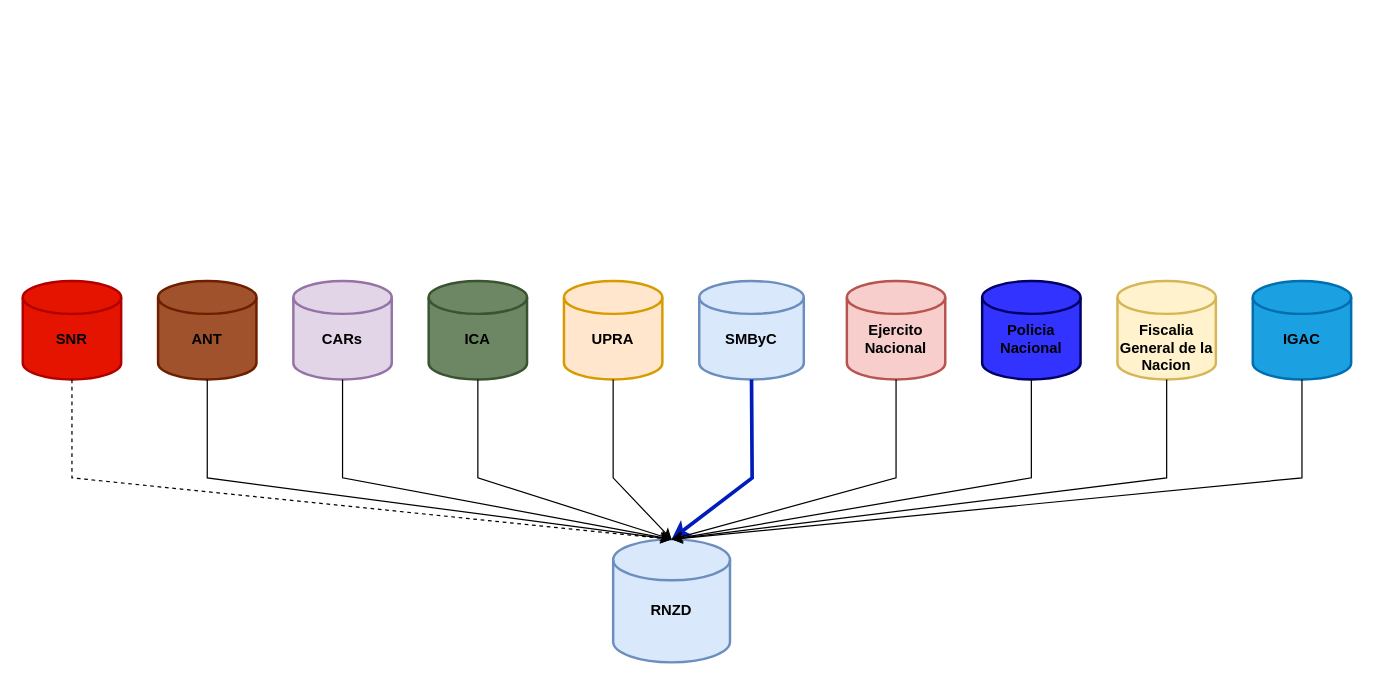
Earlier version of the draw.io diagram page "Fuentes-Informacion-RNZD" (1 of 2) of Data-flow.drawio (jcmartinmu/bayes_cluster). Source tidied: cells renumbered, new cells numbered last; positions are measured from the earlier drawing's top-left corner, leaving out a move shared by most shapes. Both pictures are drawn from the tidied source at 123%, with x=0, y=0 at pixel (22, 280).
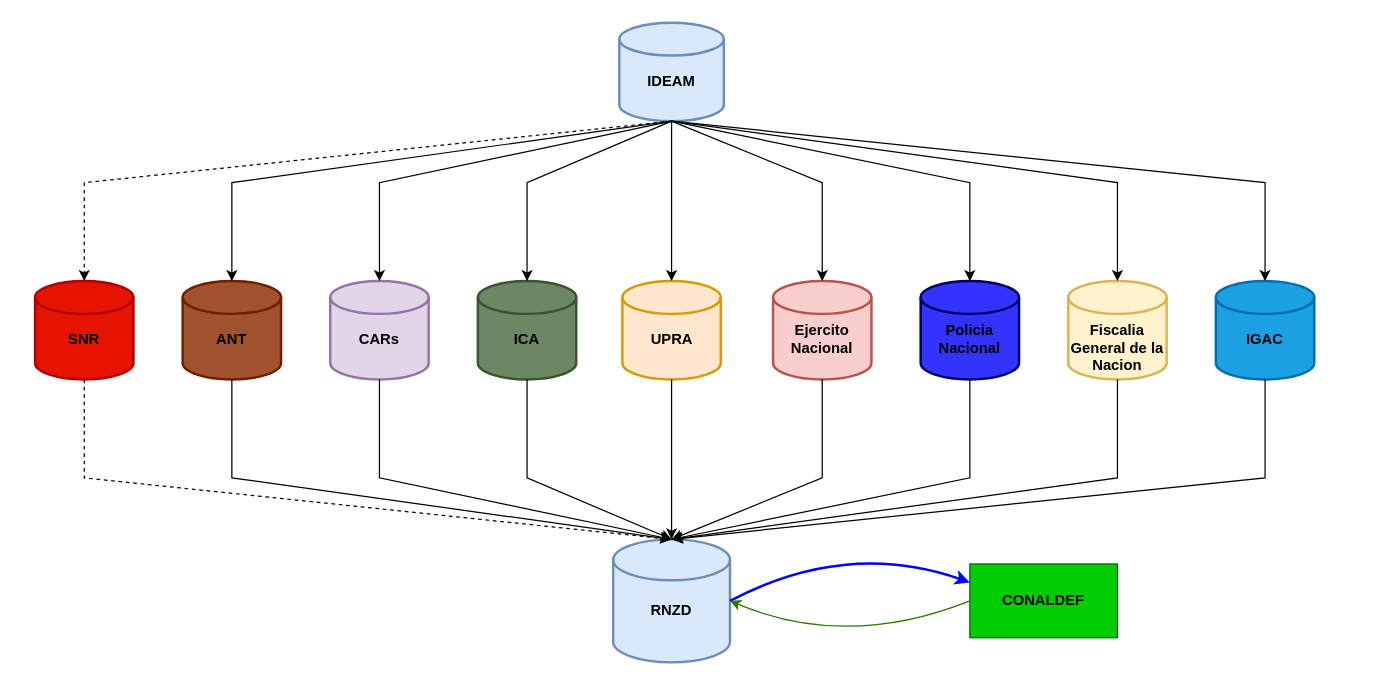
The same diagram, later.

Unchanged cells that the change refers to:
```xml
<mxCell id="2" value="&lt;b&gt;&lt;br&gt;RNZD&lt;/b&gt;" style="strokeWidth=2;html=1;shape=mxgraph.flowchart.database;whiteSpace=wrap;fillColor=#dae8fc;strokeColor=#6c8ebf;" parent="1" vertex="1">
  <mxGeometry x="480" y="210" width="95" height="100" as="geometry" />
</mxCell>
```

Change to the diagram source:
```diff
@@
-    <mxCell id="3" value="&lt;b&gt;&lt;br&gt;SMByC&lt;/b&gt;" style="strokeWidth=2;html=1;shape=mxgraph.flowchart.database;whiteSpace=wrap;fillColor=#dae8fc;strokeColor=#6c8ebf;" parent="1" vertex="1">
-      <mxGeometry x="550" width="85" height="80" as="geometry" />
+    <mxCell id="3" value="&lt;br&gt;&lt;b&gt;IDEAM&lt;/b&gt;" style="strokeWidth=2;html=1;shape=mxgraph.flowchart.database;whiteSpace=wrap;fillColor=#dae8fc;strokeColor=#6c8ebf;" parent="1" vertex="1">
+      <mxGeometry x="485" y="-210" width="85" height="80" as="geometry" />
     </mxCell>
     <mxCell id="4" value="&lt;b&gt;&lt;font color=&quot;#000000&quot;&gt;&lt;br&gt;ANT&lt;/font&gt;&lt;/b&gt;" style="strokeWidth=2;html=1;shape=mxgraph.flowchart.database;whiteSpace=wrap;fillColor=#a0522d;fontColor=#ffffff;strokeColor=#6D1F00;" parent="1" vertex="1">
-      <mxGeometry x="110" width="80" height="80" as="geometry" />
+      <mxGeometry x="130" width="80" height="80" as="geometry" />
     </mxCell>
     <mxCell id="5" value="&lt;b&gt;&lt;br&gt;CARs&lt;/b&gt;" style="strokeWidth=2;html=1;shape=mxgraph.flowchart.database;whiteSpace=wrap;fillColor=#e1d5e7;strokeColor=#9673a6;" parent="1" vertex="1">
-      <mxGeometry x="220" width="80" height="80" as="geometry" />
+      <mxGeometry x="250" width="80" height="80" as="geometry" />
     </mxCell>
     <mxCell id="6" value="&lt;b&gt;&lt;font color=&quot;#000000&quot;&gt;&lt;br&gt;ICA&lt;/font&gt;&lt;/b&gt;" style="strokeWidth=2;html=1;shape=mxgraph.flowchart.database;whiteSpace=wrap;fillColor=#6d8764;fontColor=#ffffff;strokeColor=#3A5431;" parent="1" vertex="1">
-      <mxGeometry x="330" width="80" height="80" as="geometry" />
+      <mxGeometry x="370" width="80" height="80" as="geometry" />
     </mxCell>
     <mxCell id="7" value="&lt;b&gt;&lt;br&gt;UPRA&lt;/b&gt;" style="strokeWidth=2;html=1;shape=mxgraph.flowchart.database;whiteSpace=wrap;fillColor=#ffe6cc;strokeColor=#d79b00;" parent="1" vertex="1">
-      <mxGeometry x="440" width="80" height="80" as="geometry" />
+      <mxGeometry x="487.5" width="80" height="80" as="geometry" />
     </mxCell>
     <mxCell id="8" value="&lt;b&gt;&lt;br&gt;Ejercito Nacional&lt;/b&gt;" style="strokeWidth=2;html=1;shape=mxgraph.flowchart.database;whiteSpace=wrap;fillColor=#f8cecc;strokeColor=#b85450;" parent="1" vertex="1">
-      <mxGeometry x="670" width="80" height="80" as="geometry" />
+      <mxGeometry x="610" width="80" height="80" as="geometry" />
     </mxCell>
     <mxCell id="9" value="&lt;b&gt;&lt;font color=&quot;#000000&quot;&gt;&lt;br&gt;Policia Nacional&lt;/font&gt;&lt;/b&gt;" style="strokeWidth=2;html=1;shape=mxgraph.flowchart.database;whiteSpace=wrap;fillColor=#3333FF;strokeColor=#000066;fontColor=#ffffff;" parent="1" vertex="1">
-      <mxGeometry x="780" width="80" height="80" as="geometry" />
+      <mxGeometry x="730" width="80" height="80" as="geometry" />
     </mxCell>
     <mxCell id="10" value="&lt;b&gt;&lt;br&gt;&lt;br&gt;Fiscalia General de la Nacion&lt;/b&gt;" style="strokeWidth=2;html=1;shape=mxgraph.flowchart.database;whiteSpace=wrap;fillColor=#fff2cc;strokeColor=#d6b656;" parent="1" vertex="1">
-      <mxGeometry x="890" width="80" height="80" as="geometry" />
+      <mxGeometry x="850" width="80" height="80" as="geometry" />
     </mxCell>
     <mxCell id="11" value="&lt;b&gt;&lt;font color=&quot;#000000&quot;&gt;&lt;br&gt;IGAC&lt;/font&gt;&lt;/b&gt;" style="strokeWidth=2;html=1;shape=mxgraph.flowchart.database;whiteSpace=wrap;fillColor=#1ba1e2;fontColor=#ffffff;strokeColor=#006EAF;" parent="1" vertex="1">
-      <mxGeometry x="1000" width="80" height="80" as="geometry" />
+      <mxGeometry x="970" width="80" height="80" as="geometry" />
     </mxCell>
-    <mxCell id="12" style="endArrow=classic;html=1;rounded=0;exitX=0.5;exitY=1;exitDx=0;exitDy=0;exitPerimeter=0;entryX=0.5;entryY=0;entryDx=0;entryDy=0;entryPerimeter=0;strokeWidth=3;fillColor=#0050ef;strokeColor=#001DBC;" parent="1" edge="1" source="3" target="2">
-      <mxGeometry relative="1" as="geometry">
-        <Array as="points">
-          <mxPoint x="593" y="160" />
-        </Array>
-      </mxGeometry>
-    </mxCell>
     <mxCell id="13" style="endArrow=classic;html=1;rounded=0;exitX=0.5;exitY=1;exitDx=0;exitDy=0;exitPerimeter=0;entryX=0.5;entryY=0;entryDx=0;entryDy=0;entryPerimeter=0;" parent="1" edge="1" source="7" target="2">
-      <mxGeometry relative="1" as="geometry">
-        <Array as="points">
-          <mxPoint x="480" y="160" />
-        </Array>
-      </mxGeometry>
+      <mxGeometry relative="1" as="geometry" />
     </mxCell>
     <mxCell id="14" style="endArrow=classic;html=1;rounded=0;exitX=0.5;exitY=1;exitDx=0;exitDy=0;exitPerimeter=0;entryX=0.5;entryY=0;entryDx=0;entryDy=0;entryPerimeter=0;" parent="1" edge="1" source="6" target="2">
       <mxGeometry relative="1" as="geometry">
         <Array as="points">
-          <mxPoint x="370" y="160" />
+          <mxPoint x="410" y="160" />
         </Array>
       </mxGeometry>
     </mxCell>
     <mxCell id="15" style="endArrow=classic;html=1;rounded=0;exitX=0.5;exitY=1;exitDx=0;exitDy=0;exitPerimeter=0;entryX=0.5;entryY=0;entryDx=0;entryDy=0;entryPerimeter=0;" parent="1" edge="1" source="5" target="2">
       <mxGeometry relative="1" as="geometry">
         <Array as="points">
-          <mxPoint x="260" y="160" />
+          <mxPoint x="290" y="160" />
         </Array>
       </mxGeometry>
     </mxCell>
     <mxCell id="16" style="endArrow=classic;html=1;rounded=0;exitX=0.5;exitY=1;exitDx=0;exitDy=0;exitPerimeter=0;entryX=0.5;entryY=0;entryDx=0;entryDy=0;entryPerimeter=0;" parent="1" edge="1" source="4" target="2">
       <mxGeometry relative="1" as="geometry">
         <Array as="points">
-          <mxPoint x="150" y="160" />
+          <mxPoint x="170" y="160" />
         </Array>
       </mxGeometry>
     </mxCell>
     <mxCell id="17" style="endArrow=classic;html=1;rounded=0;exitX=0.5;exitY=1;exitDx=0;exitDy=0;exitPerimeter=0;entryX=0.5;entryY=0;entryDx=0;entryDy=0;entryPerimeter=0;" parent="1" edge="1" source="8" target="2">
       <mxGeometry relative="1" as="geometry">
         <Array as="points">
-          <mxPoint x="710" y="160" />
+          <mxPoint x="650" y="160" />
         </Array>
       </mxGeometry>
     </mxCell>
     <mxCell id="18" style="endArrow=classic;html=1;rounded=0;exitX=0.5;exitY=1;exitDx=0;exitDy=0;exitPerimeter=0;entryX=0.5;entryY=0;entryDx=0;entryDy=0;entryPerimeter=0;" parent="1" edge="1" source="9" target="2">
       <mxGeometry relative="1" as="geometry">
         <Array as="points">
-          <mxPoint x="820" y="160" />
+          <mxPoint x="770" y="160" />
         </Array>
       </mxGeometry>
     </mxCell>
     <mxCell id="19" style="endArrow=classic;html=1;rounded=0;exitX=0.5;exitY=1;exitDx=0;exitDy=0;exitPerimeter=0;entryX=0.5;entryY=0;entryDx=0;entryDy=0;entryPerimeter=0;" parent="1" edge="1" source="10" target="2">
       <mxGeometry relative="1" as="geometry">
         <Array as="points">
-          <mxPoint x="930" y="160" />
+          <mxPoint x="890" y="160" />
         </Array>
       </mxGeometry>
     </mxCell>
     <mxCell id="20" style="endArrow=classic;html=1;rounded=0;exitX=0.5;exitY=1;exitDx=0;exitDy=0;exitPerimeter=0;entryX=0.5;entryY=0;entryDx=0;entryDy=0;entryPerimeter=0;" parent="1" edge="1" source="11" target="2">
       <mxGeometry relative="1" as="geometry">
         <Array as="points">
-          <mxPoint x="1040" y="160" />
+          <mxPoint x="1010" y="160" />
         </Array>
       </mxGeometry>
     </mxCell>
     <mxCell id="21" value="&lt;br&gt;&lt;b&gt;&lt;font color=&quot;#000000&quot;&gt;SNR&lt;/font&gt;&lt;/b&gt;" style="strokeWidth=2;html=1;shape=mxgraph.flowchart.database;whiteSpace=wrap;fillColor=#e51400;fontColor=#ffffff;strokeColor=#B20000;" parent="1" vertex="1">
-      <mxGeometry width="80" height="80" as="geometry" />
+      <mxGeometry x="10" width="80" height="80" as="geometry" />
     </mxCell>
     <mxCell id="22" style="endArrow=classic;html=1;rounded=0;exitX=0.5;exitY=1;exitDx=0;exitDy=0;exitPerimeter=0;dashed=1;entryX=0.5;entryY=0;entryDx=0;entryDy=0;entryPerimeter=0;" parent="1" edge="1" source="21" target="2">
       <mxGeometry relative="1" as="geometry">
         <Array as="points">
-          <mxPoint x="40" y="160" />
+          <mxPoint x="50" y="160" />
         </Array>
       </mxGeometry>
     </mxCell>
+    <mxCell id="23" style="endArrow=classic;html=1;rounded=0;exitX=0.5;exitY=1;exitDx=0;exitDy=0;exitPerimeter=0;entryX=0.5;entryY=0;entryDx=0;entryDy=0;entryPerimeter=0;" parent="1" edge="1" source="3" target="7">
+      <mxGeometry relative="1" as="geometry" />
+    </mxCell>
+    <mxCell id="24" style="endArrow=classic;html=1;rounded=0;entryX=0.5;entryY=0;entryDx=0;entryDy=0;entryPerimeter=0;exitX=0.5;exitY=1;exitDx=0;exitDy=0;exitPerimeter=0;" parent="1" edge="1" source="3" target="8">
+      <mxGeometry relative="1" as="geometry">
+        <Array as="points">
+          <mxPoint x="650" y="-80" />
+        </Array>
+      </mxGeometry>
+    </mxCell>
+    <mxCell id="25" style="endArrow=classic;html=1;rounded=0;exitX=0.5;exitY=1;exitDx=0;exitDy=0;exitPerimeter=0;entryX=0.5;entryY=0;entryDx=0;entryDy=0;entryPerimeter=0;" parent="1" edge="1" source="3" target="9">
+      <mxGeometry relative="1" as="geometry">
+        <Array as="points">
+          <mxPoint x="770" y="-80" />
+        </Array>
+      </mxGeometry>
+    </mxCell>
+    <mxCell id="26" style="endArrow=classic;html=1;rounded=0;exitX=0.5;exitY=1;exitDx=0;exitDy=0;exitPerimeter=0;entryX=0.5;entryY=0;entryDx=0;entryDy=0;entryPerimeter=0;" parent="1" edge="1" source="3" target="10">
+      <mxGeometry relative="1" as="geometry">
+        <Array as="points">
+          <mxPoint x="890" y="-80" />
+        </Array>
+      </mxGeometry>
+    </mxCell>
+    <mxCell id="27" style="endArrow=classic;html=1;rounded=0;exitX=0.5;exitY=1;exitDx=0;exitDy=0;exitPerimeter=0;entryX=0.5;entryY=0;entryDx=0;entryDy=0;entryPerimeter=0;" parent="1" edge="1" source="3" target="11">
+      <mxGeometry relative="1" as="geometry">
+        <Array as="points">
+          <mxPoint x="1010" y="-80" />
+        </Array>
+      </mxGeometry>
+    </mxCell>
+    <mxCell id="28" style="endArrow=classic;html=1;rounded=0;exitX=0.5;exitY=1;exitDx=0;exitDy=0;exitPerimeter=0;entryX=0.5;entryY=0;entryDx=0;entryDy=0;entryPerimeter=0;" parent="1" edge="1" source="3" target="6">
+      <mxGeometry relative="1" as="geometry">
+        <Array as="points">
+          <mxPoint x="410" y="-80" />
+        </Array>
+      </mxGeometry>
+    </mxCell>
+    <mxCell id="29" style="endArrow=classic;html=1;rounded=0;exitX=0.5;exitY=1;exitDx=0;exitDy=0;exitPerimeter=0;entryX=0.5;entryY=0;entryDx=0;entryDy=0;entryPerimeter=0;" parent="1" edge="1" source="3" target="5">
+      <mxGeometry relative="1" as="geometry">
+        <Array as="points">
+          <mxPoint x="290" y="-80" />
+        </Array>
+      </mxGeometry>
+    </mxCell>
+    <mxCell id="30" style="endArrow=classic;html=1;rounded=0;exitX=0.5;exitY=1;exitDx=0;exitDy=0;exitPerimeter=0;entryX=0.5;entryY=0;entryDx=0;entryDy=0;entryPerimeter=0;" parent="1" edge="1" source="3" target="4">
+      <mxGeometry relative="1" as="geometry">
+        <Array as="points">
+          <mxPoint x="170" y="-80" />
+        </Array>
+      </mxGeometry>
+    </mxCell>
+    <mxCell id="31" style="endArrow=classic;html=1;rounded=0;exitX=0.5;exitY=1;exitDx=0;exitDy=0;exitPerimeter=0;entryX=0.5;entryY=0;entryDx=0;entryDy=0;entryPerimeter=0;dashed=1;" parent="1" edge="1" source="3" target="21">
+      <mxGeometry relative="1" as="geometry">
+        <Array as="points">
+          <mxPoint x="50" y="-80" />
+        </Array>
+      </mxGeometry>
+    </mxCell>
+    <mxCell id="32" value="&lt;b&gt;CONALDEF&lt;/b&gt;" style="rounded=0;whiteSpace=wrap;html=1;fillColor=#00CC00;strokeColor=#006600;" parent="1" vertex="1">
+      <mxGeometry x="770" y="230" width="120" height="60" as="geometry" />
+    </mxCell>
+    <mxCell id="33" style="curved=1;endArrow=classic;html=1;rounded=0;exitX=1;exitY=0.5;exitDx=0;exitDy=0;exitPerimeter=0;entryX=0;entryY=0.25;entryDx=0;entryDy=0;strokeColor=#0000FF;strokeWidth=2;" parent="1" edge="1" source="2" target="32">
+      <mxGeometry relative="1" as="geometry">
+        <Array as="points">
+          <mxPoint x="670" y="210" />
+        </Array>
+      </mxGeometry>
+    </mxCell>
+    <mxCell id="34" style="curved=1;endArrow=classic;html=1;rounded=0;exitX=0;exitY=0.5;exitDx=0;exitDy=0;entryX=1;entryY=0.5;entryDx=0;entryDy=0;entryPerimeter=0;fillColor=#60a917;strokeColor=#2D7600;" parent="1" edge="1" source="32" target="2">
+      <mxGeometry relative="1" as="geometry">
+        <Array as="points">
+          <mxPoint x="670" y="300" />
+        </Array>
+      </mxGeometry>
+    </mxCell>
```
